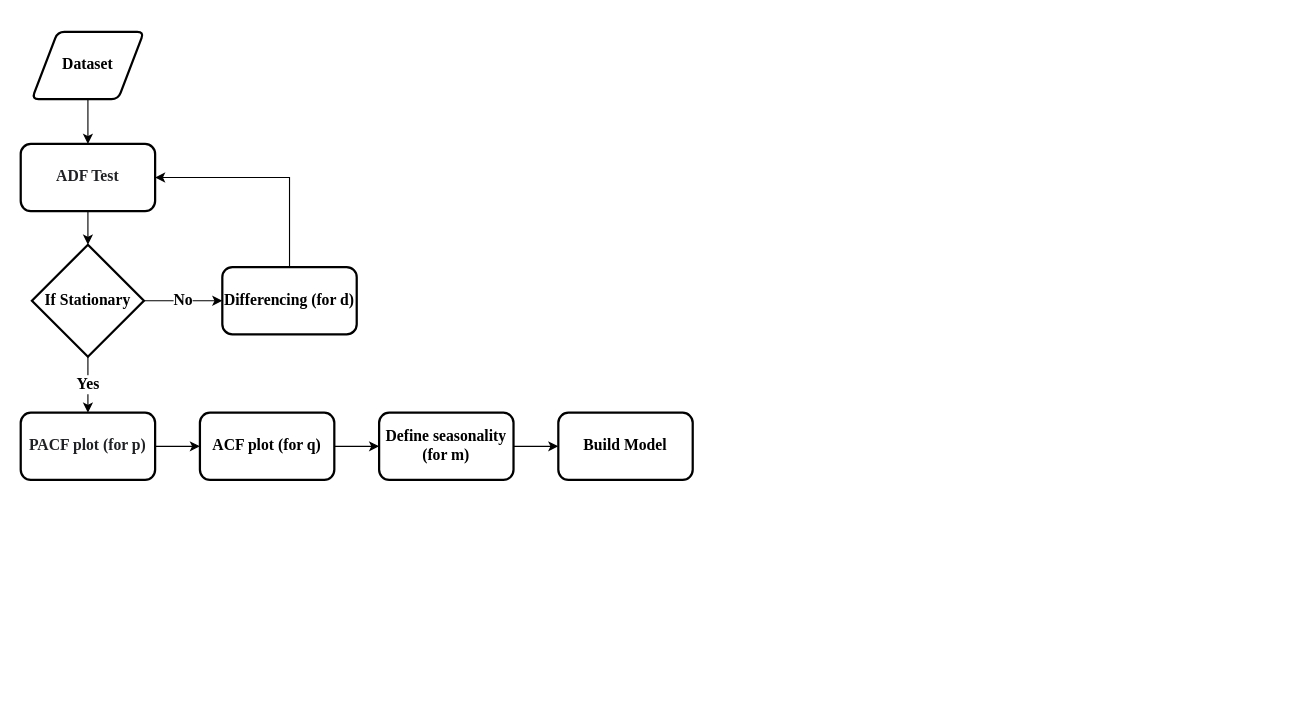
wlwlct/Time-Series-Forecasting keeps this draw.io diagram as reports/figures/SARIMA_flowchart.drawio. Above is the earlier version. Source tidied: cells renumbered, new cells numbered last; positions are measured from the earlier drawing's top-left corner, leaving out a move shared by most shapes. Both pictures are drawn from the tidied source at 112%, with x=0, y=0 at pixel (20, 31).
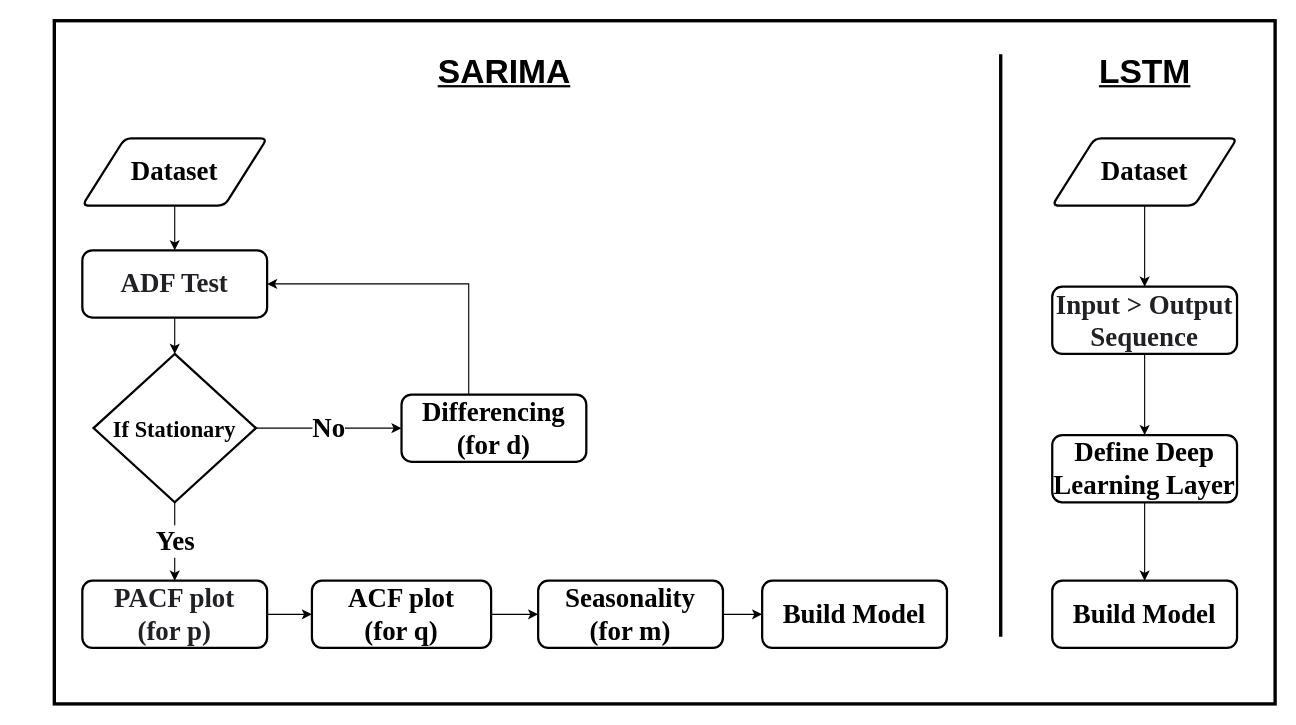
After the change.

Diff of the diagram source:
```diff
@@
-    <mxCell id="2" style="edgeStyle=orthogonalEdgeStyle;rounded=0;jettySize=auto;html=1;fontSize=14;fontStyle=1;fontFamily=Times New Roman;" parent="1" edge="1" source="3">
-      <mxGeometry relative="1" as="geometry">
-        <mxPoint x="60" y="100" as="targetPoint" />
-      </mxGeometry>
-    </mxCell>
+    <mxCell id="18" style="rounded=0;whiteSpace=wrap;html=1;fontSize=26;labelBackgroundColor=none;strokeWidth=3;" parent="1" vertex="1">
+      <mxGeometry x="30" y="-10" width="1090" height="610" as="geometry" />
+    </mxCell>
+    <mxCell id="19" style="edgeStyle=orthogonalEdgeStyle;rounded=0;jettySize=auto;html=1;fontSize=24;" parent="1" edge="1" source="3" target="8">
+      <mxGeometry relative="1" as="geometry" />
+    </mxCell>
-    <mxCell id="3" value="Dataset" style="shape=parallelogram;html=1;strokeWidth=2;perimeter=parallelogramPerimeter;whiteSpace=wrap;rounded=1;arcSize=12;size=0.23;fontSize=14;fontStyle=1;fontFamily=Times New Roman;" parent="1" vertex="1">
-      <mxGeometry x="10" width="100" height="60" as="geometry" />
+    <mxCell id="3" value="Dataset" style="shape=parallelogram;html=1;strokeWidth=2;perimeter=parallelogramPerimeter;whiteSpace=wrap;rounded=1;arcSize=12;size=0.23;fontSize=24;fontStyle=1;fontFamily=Times New Roman;" parent="1" vertex="1">
+      <mxGeometry x="55" y="95" width="165" height="60" as="geometry" />
     </mxCell>
-    <mxCell id="4" value="Yes" style="edgeStyle=orthogonalEdgeStyle;rounded=0;jettySize=auto;html=1;fontSize=14;fontStyle=1;fontFamily=Times New Roman;" parent="1" edge="1" source="6" target="10">
+    <mxCell id="4" value="Yes" style="edgeStyle=orthogonalEdgeStyle;rounded=0;jettySize=auto;html=1;fontSize=24;fontStyle=1;fontFamily=Times New Roman;" parent="1" edge="1" source="6" target="10">
       <mxGeometry relative="1" as="geometry" />
     </mxCell>
-    <mxCell id="5" value="No" style="edgeStyle=orthogonalEdgeStyle;rounded=0;jettySize=auto;html=1;fontSize=14;fontStyle=1;fontFamily=Times New Roman;" parent="1" edge="1" source="6" target="12">
+    <mxCell id="5" value="No" style="edgeStyle=orthogonalEdgeStyle;rounded=0;jettySize=auto;html=1;fontSize=24;fontStyle=1;fontFamily=Times New Roman;" parent="1" edge="1" source="6" target="12">
       <mxGeometry relative="1" as="geometry" />
     </mxCell>
-    <mxCell id="6" value="If Stationary" style="strokeWidth=2;html=1;shape=mxgraph.flowchart.decision;whiteSpace=wrap;fontSize=14;fontStyle=1;fontFamily=Times New Roman;" parent="1" vertex="1">
-      <mxGeometry x="10" y="190" width="100" height="100" as="geometry" />
+    <mxCell id="6" value="If Stationary" style="strokeWidth=2;html=1;shape=mxgraph.flowchart.decision;whiteSpace=wrap;fontSize=20;fontStyle=1;fontFamily=Times New Roman;" parent="1" vertex="1">
+      <mxGeometry x="65" y="287.5" width="145" height="132.5" as="geometry" />
     </mxCell>
-    <mxCell id="7" style="edgeStyle=orthogonalEdgeStyle;rounded=0;jettySize=auto;html=1;fontSize=14;fontStyle=1;fontFamily=Times New Roman;" parent="1" edge="1" source="8" target="6">
+    <mxCell id="7" style="edgeStyle=orthogonalEdgeStyle;rounded=0;jettySize=auto;html=1;fontSize=24;fontStyle=1;fontFamily=Times New Roman;" parent="1" edge="1" source="8" target="6">
       <mxGeometry relative="1" as="geometry" />
     </mxCell>
-    <mxCell id="8" value="&lt;span style=&quot;color: rgb(32, 33, 36); font-size: 14px; text-align: start; background-color: rgb(255, 255, 255);&quot;&gt;ADF Test&lt;/span&gt;" style="rounded=1;whiteSpace=wrap;html=1;strokeWidth=2;fontSize=14;fontStyle=1;fontFamily=Times New Roman;" parent="1" vertex="1">
-      <mxGeometry y="100" width="120" height="60" as="geometry" />
+    <mxCell id="8" value="&lt;span style=&quot;color: rgb(32, 33, 36); font-size: 24px; text-align: start; background-color: rgb(255, 255, 255);&quot;&gt;ADF Test&lt;/span&gt;" style="rounded=1;whiteSpace=wrap;html=1;strokeWidth=2;fontSize=24;fontStyle=1;fontFamily=Times New Roman;" parent="1" vertex="1">
+      <mxGeometry x="55" y="195" width="165" height="60" as="geometry" />
     </mxCell>
-    <mxCell id="9" style="edgeStyle=orthogonalEdgeStyle;rounded=0;jettySize=auto;html=1;fontSize=14;fontStyle=1;fontFamily=Times New Roman;" parent="1" edge="1" source="10" target="14">
+    <mxCell id="9" style="edgeStyle=orthogonalEdgeStyle;rounded=0;jettySize=auto;html=1;fontSize=24;fontStyle=1;fontFamily=Times New Roman;" parent="1" edge="1" source="10" target="14">
       <mxGeometry relative="1" as="geometry" />
     </mxCell>
-    <mxCell id="10" value="&lt;span style=&quot;color: rgb(32, 33, 36); font-size: 14px; text-align: start; background-color: rgb(255, 255, 255);&quot;&gt;PACF plot (for p)&lt;/span&gt;" style="rounded=1;whiteSpace=wrap;html=1;strokeWidth=2;fontSize=14;fontStyle=1;fontFamily=Times New Roman;" parent="1" vertex="1">
-      <mxGeometry y="340" width="120" height="60" as="geometry" />
+    <mxCell id="10" value="&lt;span style=&quot;color: rgb(32, 33, 36); font-size: 24px; text-align: start; background-color: rgb(255, 255, 255);&quot;&gt;PACF plot &lt;br&gt;(for p)&lt;/span&gt;" style="rounded=1;whiteSpace=wrap;html=1;strokeWidth=2;fontSize=24;fontStyle=1;fontFamily=Times New Roman;" parent="1" vertex="1">
+      <mxGeometry x="55" y="490" width="165" height="60" as="geometry" />
     </mxCell>
-    <mxCell id="11" style="edgeStyle=orthogonalEdgeStyle;rounded=0;jettySize=auto;html=1;entryX=1;entryY=0.5;entryDx=0;entryDy=0;fontSize=14;fontStyle=1;fontFamily=Times New Roman;" parent="1" edge="1" source="12" target="8">
+    <mxCell id="11" style="edgeStyle=orthogonalEdgeStyle;rounded=0;jettySize=auto;html=1;entryX=1;entryY=0.5;entryDx=0;entryDy=0;fontSize=24;" parent="1" edge="1" source="12" target="8">
       <mxGeometry relative="1" as="geometry">
         <Array as="points">
-          <mxPoint x="240" y="130" />
+          <mxPoint x="400" y="225" />
         </Array>
       </mxGeometry>
     </mxCell>
-    <mxCell id="12" value="Differencing (for d)" style="rounded=1;whiteSpace=wrap;html=1;strokeWidth=2;fontSize=14;fontStyle=1;fontFamily=Times New Roman;" parent="1" vertex="1">
-      <mxGeometry x="180" y="210" width="120" height="60" as="geometry" />
+    <mxCell id="12" value="Differencing (for d)" style="rounded=1;whiteSpace=wrap;html=1;strokeWidth=2;fontSize=24;fontStyle=1;fontFamily=Times New Roman;" parent="1" vertex="1">
+      <mxGeometry x="340" y="323.8" width="165" height="60" as="geometry" />
     </mxCell>
-    <mxCell id="13" style="edgeStyle=orthogonalEdgeStyle;rounded=0;jettySize=auto;html=1;fontFamily=Times New Roman;fontSize=14;fontColor=default;fontStyle=1;" parent="1" edge="1" source="14" target="16">
+    <mxCell id="13" style="edgeStyle=orthogonalEdgeStyle;rounded=0;jettySize=auto;html=1;fontFamily=Times New Roman;fontSize=24;fontColor=default;fontStyle=1;" parent="1" edge="1" source="14" target="16">
       <mxGeometry relative="1" as="geometry" />
     </mxCell>
-    <mxCell id="14" value="ACF plot (for q)" style="whiteSpace=wrap;html=1;rounded=1;strokeWidth=2;fontSize=14;fontStyle=1;fontFamily=Times New Roman;" parent="1" vertex="1">
-      <mxGeometry x="160" y="340" width="120" height="60" as="geometry" />
+    <mxCell id="14" value="ACF plot &lt;br&gt;(for q)" style="whiteSpace=wrap;html=1;rounded=1;strokeWidth=2;fontSize=24;fontStyle=1;fontFamily=Times New Roman;" parent="1" vertex="1">
+      <mxGeometry x="260" y="490" width="160" height="60" as="geometry" />
     </mxCell>
-    <mxCell id="15" style="edgeStyle=orthogonalEdgeStyle;rounded=0;jettySize=auto;html=1;fontFamily=Times New Roman;fontSize=14;fontColor=default;fontStyle=1;" parent="1" edge="1" source="16" target="17">
+    <mxCell id="15" style="edgeStyle=orthogonalEdgeStyle;rounded=0;jettySize=auto;html=1;fontFamily=Times New Roman;fontSize=24;fontColor=default;fontStyle=1;" parent="1" edge="1" source="16" target="17">
       <mxGeometry relative="1" as="geometry" />
     </mxCell>
-    <mxCell id="16" value="Define seasonality (for m)" style="whiteSpace=wrap;html=1;rounded=1;strokeWidth=2;strokeColor=default;fontFamily=Times New Roman;fontSize=14;fontColor=default;fillColor=default;fontStyle=1;" parent="1" vertex="1">
-      <mxGeometry x="320" y="340" width="120" height="60" as="geometry" />
+    <mxCell id="16" value="Seasonality &lt;br&gt;(for m)" style="whiteSpace=wrap;html=1;rounded=1;strokeWidth=2;strokeColor=default;fontFamily=Times New Roman;fontSize=24;fontColor=default;fillColor=default;fontStyle=1;" parent="1" vertex="1">
+      <mxGeometry x="462" y="490" width="165" height="60" as="geometry" />
     </mxCell>
-    <mxCell id="17" value="Build Model" style="whiteSpace=wrap;html=1;rounded=1;strokeWidth=2;strokeColor=default;fontFamily=Times New Roman;fontSize=14;fontColor=default;fillColor=default;fontStyle=1;" parent="1" vertex="1">
-      <mxGeometry x="480" y="340" width="120" height="60" as="geometry" />
+    <mxCell id="17" value="Build Model" style="whiteSpace=wrap;html=1;rounded=1;strokeWidth=2;strokeColor=default;fontFamily=Times New Roman;fontSize=24;fontColor=default;fillColor=default;fontStyle=1;" parent="1" vertex="1">
+      <mxGeometry x="662" y="490" width="165" height="60" as="geometry" />
     </mxCell>
+    <mxCell id="20" style="edgeStyle=orthogonalEdgeStyle;rounded=0;jettySize=auto;html=1;fontSize=24;" parent="1" edge="1" source="21" target="24">
+      <mxGeometry relative="1" as="geometry" />
+    </mxCell>
+    <mxCell id="21" value="Dataset" style="shape=parallelogram;html=1;strokeWidth=2;perimeter=parallelogramPerimeter;whiteSpace=wrap;rounded=1;arcSize=12;size=0.23;fontSize=24;fontStyle=1;fontFamily=Times New Roman;" parent="1" vertex="1">
+      <mxGeometry x="921" y="95" width="165" height="60" as="geometry" />
+    </mxCell>
+    <mxCell id="22" style="endArrow=none;html=1;rounded=0;strokeWidth=3;fontSize=24;" parent="1" edge="1">
+      <mxGeometry relative="1" as="geometry">
+        <mxPoint x="875" y="540" as="sourcePoint" />
+        <mxPoint x="875" y="20" as="targetPoint" />
+      </mxGeometry>
+    </mxCell>
+    <mxCell id="23" style="edgeStyle=orthogonalEdgeStyle;rounded=0;jettySize=auto;html=1;fontSize=24;" parent="1" edge="1" source="24" target="26">
+      <mxGeometry relative="1" as="geometry" />
+    </mxCell>
+    <mxCell id="24" value="&lt;span style=&quot;color: rgb(32, 33, 36); font-size: 24px; text-align: start; background-color: rgb(255, 255, 255);&quot;&gt;Input &amp;gt; Output Sequence&lt;/span&gt;" style="rounded=1;whiteSpace=wrap;html=1;strokeWidth=2;fontSize=24;fontStyle=1;fontFamily=Times New Roman;" parent="1" vertex="1">
+      <mxGeometry x="921" y="227.5" width="165" height="60" as="geometry" />
+    </mxCell>
+    <mxCell id="25" style="edgeStyle=orthogonalEdgeStyle;rounded=0;jettySize=auto;html=1;fontSize=24;" parent="1" edge="1" source="26" target="27">
+      <mxGeometry relative="1" as="geometry" />
+    </mxCell>
+    <mxCell id="26" value="Define Deep Learning Layer" style="whiteSpace=wrap;html=1;fontSize=24;fontFamily=Times New Roman;rounded=1;strokeWidth=2;fontStyle=1;" parent="1" vertex="1">
+      <mxGeometry x="921" y="360" width="165" height="60" as="geometry" />
+    </mxCell>
+    <mxCell id="27" value="Build Model" style="whiteSpace=wrap;html=1;fontSize=24;fontFamily=Times New Roman;rounded=1;strokeWidth=2;fontStyle=1;" parent="1" vertex="1">
+      <mxGeometry x="921" y="490" width="165" height="60" as="geometry" />
+    </mxCell>
+    <mxCell id="28" value="&lt;font style=&quot;font-size: 30px;&quot;&gt;SARIMA&lt;/font&gt;" style="text;html=1;strokeColor=none;fillColor=none;align=center;verticalAlign=middle;whiteSpace=wrap;rounded=0;fontSize=26;fontStyle=5;strokeWidth=3;" parent="1" vertex="1">
+      <mxGeometry x="402" y="20" width="60" height="30" as="geometry" />
+    </mxCell>
+    <mxCell id="29" value="&lt;font style=&quot;font-size: 30px;&quot;&gt;LSTM&lt;/font&gt;" style="text;html=1;strokeColor=none;fillColor=none;align=center;verticalAlign=middle;whiteSpace=wrap;rounded=0;fontSize=26;fontStyle=5;" parent="1" vertex="1">
+      <mxGeometry x="973.5" y="20" width="60" height="30" as="geometry" />
+    </mxCell>
```
